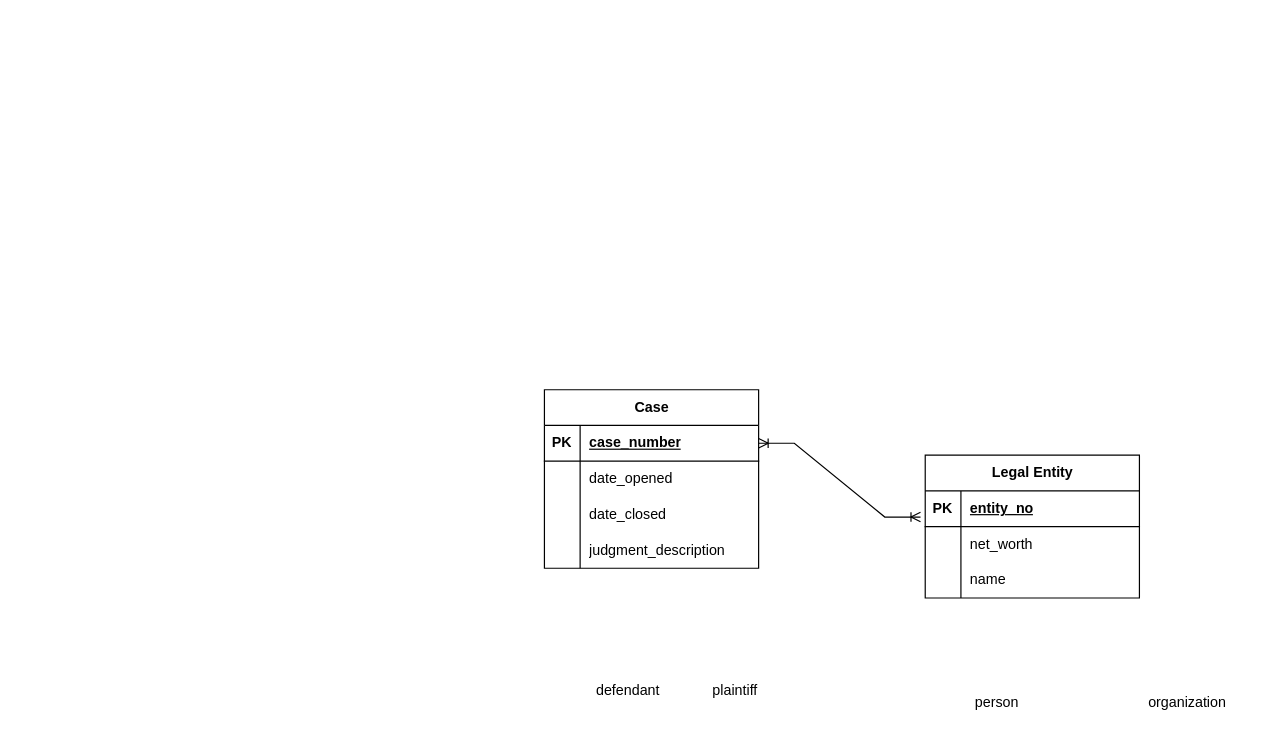
Earlier version of the draw.io diagram Ex1_EER.drawio (avinashd144/DataStorage). Source tidied: cells renumbered, new cells numbered last; positions are measured from the earlier drawing's top-left corner, leaving out a move shared by most shapes. Both pictures are drawn from the tidied source at 119%, with x=0, y=0 at pixel (544, 389).
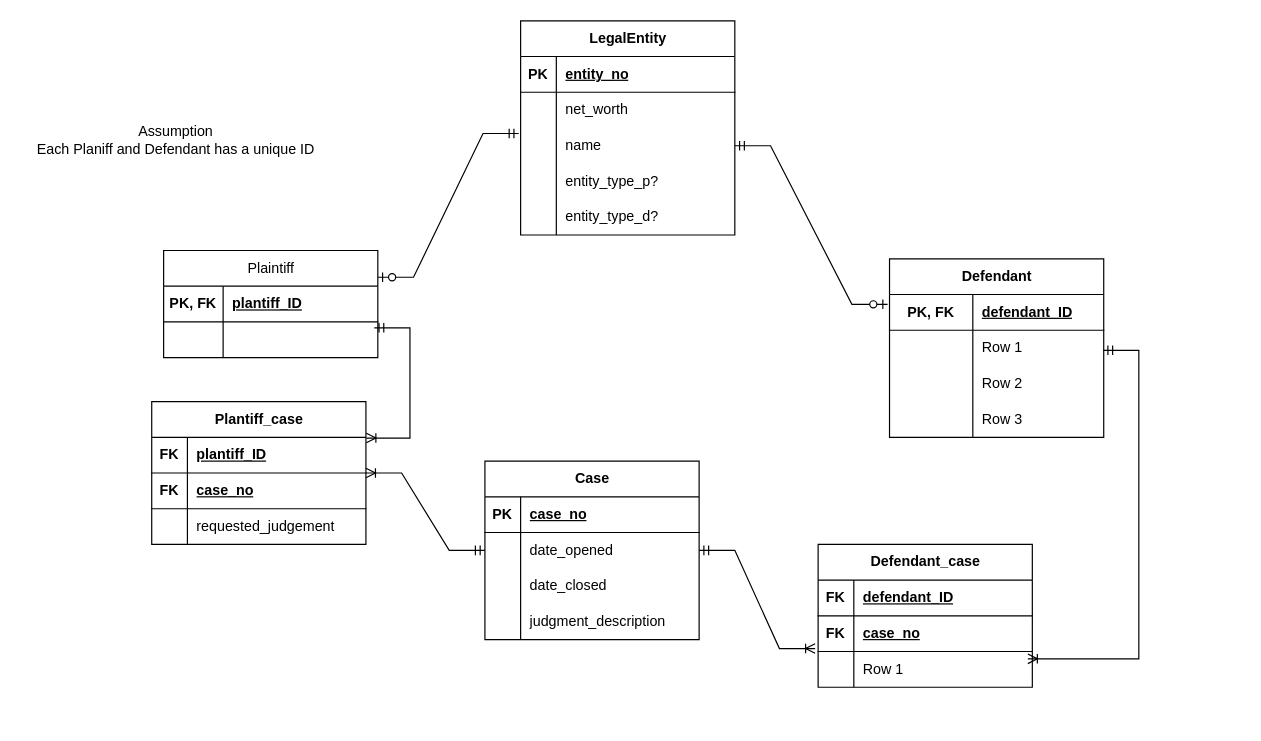
After the change.

The change refers to these unchanged cells:
```xml
<mxCell id="3" style="shape=tableRow;horizontal=0;startSize=0;swimlaneHead=0;swimlaneBody=0;fillColor=none;points=[[0,0.5],[1,0.5]];portConstraint=eastwest;top=0;left=0;right=0;bottom=1;" parent="2" vertex="1">
  <mxGeometry y="30" width="180" height="30" as="geometry" />
</mxCell>
<mxCell id="6" style="shape=tableRow;horizontal=0;startSize=0;swimlaneHead=0;swimlaneBody=0;fillColor=none;points=[[0,0.5],[1,0.5]];portConstraint=eastwest;top=0;left=0;right=0;bottom=0;" parent="2" vertex="1">
  <mxGeometry y="60" width="180" height="30" as="geometry" />
</mxCell>
<mxCell id="16" style="shape=tableRow;horizontal=0;startSize=0;swimlaneHead=0;swimlaneBody=0;fillColor=none;points=[[0,0.5],[1,0.5]];portConstraint=eastwest;top=0;left=0;right=0;bottom=1;" parent="15" vertex="1">
  <mxGeometry y="30" width="180" height="30" as="geometry" />
</mxCell>
<mxCell id="22" style="shape=tableRow;horizontal=0;startSize=0;swimlaneHead=0;swimlaneBody=0;fillColor=none;points=[[0,0.5],[1,0.5]];portConstraint=eastwest;top=0;left=0;right=0;bottom=0;" parent="15" vertex="1">
  <mxGeometry y="90" width="180" height="30" as="geometry" />
</mxCell>
```

What changed in the source:
```diff
@@
     <mxCell id="2" value="Case" style="shape=table;startSize=30;childLayout=tableLayout;rowLines=0;fontStyle=1;align=center;html=1;" parent="1" vertex="1">
-      <mxGeometry width="180" height="150" as="geometry" />
+      <mxGeometry x="-50" y="60" width="180" height="150" as="geometry" />
     </mxCell>
@@
-    <mxCell id="5" value="case_number" style="shape=partialRectangle;fillColor=none;top=0;left=0;bottom=0;right=0;align=left;spacingLeft=6;fontStyle=5;overflow=hidden;whiteSpace=wrap;html=1;" parent="3" vertex="1">
+    <mxCell id="5" value="case_no" style="shape=partialRectangle;fillColor=none;top=0;left=0;bottom=0;right=0;align=left;spacingLeft=6;fontStyle=5;overflow=hidden;whiteSpace=wrap;html=1;" parent="3" vertex="1">
       <mxGeometry x="30" width="150" height="30" as="geometry" />
     </mxCell>
@@
-    <mxCell id="15" value="Legal Entity" style="shape=table;startSize=30;childLayout=tableLayout;rowLines=0;fontStyle=1;align=center;html=1;" parent="1" vertex="1">
-      <mxGeometry x="320" y="55" width="180" height="120" as="geometry" />
+    <mxCell id="15" value="LegalEntity" style="shape=table;startSize=30;childLayout=tableLayout;rowLines=0;fontStyle=1;align=center;html=1;" parent="1" vertex="1">
+      <mxGeometry x="-20" y="-310" width="180" height="180" as="geometry" />
     </mxCell>
@@
-    <mxCell id="25" style="edgeStyle=entityRelationEdgeStyle;fontSize=12;html=1;endArrow=ERoneToMany;startArrow=ERoneToMany;rounded=0;entryX=-0.022;entryY=0.733;entryDx=0;entryDy=0;entryPerimeter=0;exitX=1;exitY=0.5;exitDx=0;exitDy=0;" parent="1" edge="1" source="3" target="16">
-      <mxGeometry relative="1" as="geometry" />
-    </mxCell>
-    <mxCell id="26" value="defendant" style="text;html=1;align=center;verticalAlign=middle;strokeColor=none;fillColor=none;" parent="1" vertex="1">
-      <mxGeometry x="30" y="238" width="80" height="30" as="geometry" />
-    </mxCell>
-    <mxCell id="27" value="plaintiff" style="text;html=1;align=center;verticalAlign=middle;strokeColor=none;fillColor=none;" parent="1" vertex="1">
-      <mxGeometry x="130" y="238" width="60" height="30" as="geometry" />
-    </mxCell>
-    <mxCell id="28" value="person" style="text;html=1;align=center;verticalAlign=middle;strokeColor=none;fillColor=none;" parent="1" vertex="1">
-      <mxGeometry x="350" y="248" width="60" height="30" as="geometry" />
-    </mxCell>
-    <mxCell id="29" value="organization" style="text;html=1;align=center;verticalAlign=middle;strokeColor=none;fillColor=none;" parent="1" vertex="1">
-      <mxGeometry x="495" y="248" width="90" height="30" as="geometry" />
-    </mxCell>
+    <mxCell id="30" style="shape=tableRow;horizontal=0;startSize=0;swimlaneHead=0;swimlaneBody=0;fillColor=none;top=0;left=0;right=0;bottom=0;" parent="15" vertex="1">
+      <mxGeometry y="120" width="180" height="30" as="geometry" />
+    </mxCell>
+    <mxCell id="31" style="shape=partialRectangle;fillColor=none;top=0;left=0;bottom=0;right=0;overflow=hidden;whiteSpace=wrap;html=1;" parent="30" vertex="1">
+      <mxGeometry width="30" height="30" as="geometry" />
+    </mxCell>
+    <mxCell id="32" value="entity_type_p?" style="shape=partialRectangle;fillColor=none;top=0;left=0;bottom=0;right=0;align=left;spacingLeft=6;overflow=hidden;whiteSpace=wrap;html=1;" parent="30" vertex="1">
+      <mxGeometry x="30" width="150" height="30" as="geometry" />
+    </mxCell>
+    <mxCell id="33" style="shape=tableRow;horizontal=0;startSize=0;swimlaneHead=0;swimlaneBody=0;fillColor=none;top=0;left=0;right=0;bottom=0;" parent="15" vertex="1">
+      <mxGeometry y="150" width="180" height="30" as="geometry" />
+    </mxCell>
+    <mxCell id="34" style="shape=partialRectangle;fillColor=none;top=0;left=0;bottom=0;right=0;overflow=hidden;whiteSpace=wrap;html=1;" parent="33" vertex="1">
+      <mxGeometry width="30" height="30" as="geometry" />
+    </mxCell>
+    <mxCell id="35" value="entity_type_d?" style="shape=partialRectangle;fillColor=none;top=0;left=0;bottom=0;right=0;align=left;spacingLeft=6;overflow=hidden;whiteSpace=wrap;html=1;" parent="33" vertex="1">
+      <mxGeometry x="30" width="150" height="30" as="geometry" />
+    </mxCell>
+    <mxCell id="36" value="&lt;span style=&quot;font-weight: 400;&quot;&gt;Plaintiff&lt;/span&gt;" style="shape=table;startSize=30;childLayout=tableLayout;rowLines=0;fontStyle=1;align=center;html=1;" parent="1" vertex="1">
+      <mxGeometry x="-320" y="-117" width="180" height="90" as="geometry" />
+    </mxCell>
+    <mxCell id="37" style="shape=tableRow;horizontal=0;startSize=0;swimlaneHead=0;swimlaneBody=0;fillColor=none;top=0;left=0;right=0;bottom=1;" parent="36" vertex="1">
+      <mxGeometry y="30" width="180" height="30" as="geometry" />
+    </mxCell>
+    <mxCell id="38" value="PK, FK" style="shape=partialRectangle;fillColor=none;top=0;left=0;bottom=0;right=0;fontStyle=1;overflow=hidden;whiteSpace=wrap;html=1;" parent="37" vertex="1">
+      <mxGeometry width="50" height="30" as="geometry" />
+    </mxCell>
+    <mxCell id="39" value="plantiff_ID" style="shape=partialRectangle;fillColor=none;top=0;left=0;bottom=0;right=0;align=left;spacingLeft=6;fontStyle=5;overflow=hidden;whiteSpace=wrap;html=1;" parent="37" vertex="1">
+      <mxGeometry x="50" width="130" height="30" as="geometry" />
+    </mxCell>
+    <mxCell id="40" style="shape=tableRow;horizontal=0;startSize=0;swimlaneHead=0;swimlaneBody=0;fillColor=none;top=0;left=0;right=0;bottom=0;" parent="36" vertex="1">
+      <mxGeometry y="60" width="180" height="30" as="geometry" />
+    </mxCell>
+    <mxCell id="41" style="shape=partialRectangle;fillColor=none;top=0;left=0;bottom=0;right=0;overflow=hidden;whiteSpace=wrap;html=1;" parent="40" vertex="1">
+      <mxGeometry width="50" height="30" as="geometry" />
+    </mxCell>
+    <mxCell id="42" style="shape=partialRectangle;fillColor=none;top=0;left=0;bottom=0;right=0;align=left;spacingLeft=6;overflow=hidden;whiteSpace=wrap;html=1;" parent="40" vertex="1">
+      <mxGeometry x="50" width="130" height="30" as="geometry" />
+    </mxCell>
+    <mxCell id="43" value="Defendant" style="shape=table;startSize=30;childLayout=tableLayout;rowLines=0;fontStyle=1;align=center;html=1;" parent="1" vertex="1">
+      <mxGeometry x="290" y="-110" width="180" height="150" as="geometry" />
+    </mxCell>
+    <mxCell id="44" style="shape=tableRow;horizontal=0;startSize=0;swimlaneHead=0;swimlaneBody=0;fillColor=none;points=[[0,0.5],[1,0.5]];portConstraint=eastwest;top=0;left=0;right=0;bottom=1;" parent="43" vertex="1">
+      <mxGeometry y="30" width="180" height="30" as="geometry" />
+    </mxCell>
+    <mxCell id="45" value="PK, FK" style="shape=partialRectangle;fillColor=none;top=0;left=0;bottom=0;right=0;fontStyle=1;overflow=hidden;whiteSpace=wrap;html=1;" parent="44" vertex="1">
+      <mxGeometry width="70" height="30" as="geometry" />
+    </mxCell>
+    <mxCell id="46" value="defendant_ID" style="shape=partialRectangle;fillColor=none;top=0;left=0;bottom=0;right=0;align=left;spacingLeft=6;fontStyle=5;overflow=hidden;whiteSpace=wrap;html=1;" parent="44" vertex="1">
+      <mxGeometry x="70" width="110" height="30" as="geometry" />
+    </mxCell>
+    <mxCell id="47" style="shape=tableRow;horizontal=0;startSize=0;swimlaneHead=0;swimlaneBody=0;fillColor=none;top=0;left=0;right=0;bottom=0;" parent="43" vertex="1">
+      <mxGeometry y="60" width="180" height="30" as="geometry" />
+    </mxCell>
+    <mxCell id="48" style="shape=partialRectangle;fillColor=none;top=0;left=0;bottom=0;right=0;overflow=hidden;whiteSpace=wrap;html=1;" parent="47" vertex="1">
+      <mxGeometry width="70" height="30" as="geometry" />
+    </mxCell>
+    <mxCell id="49" value="Row 1" style="shape=partialRectangle;fillColor=none;top=0;left=0;bottom=0;right=0;align=left;spacingLeft=6;overflow=hidden;whiteSpace=wrap;html=1;" parent="47" vertex="1">
+      <mxGeometry x="70" width="110" height="30" as="geometry" />
+    </mxCell>
+    <mxCell id="50" style="shape=tableRow;horizontal=0;startSize=0;swimlaneHead=0;swimlaneBody=0;fillColor=none;top=0;left=0;right=0;bottom=0;" parent="43" vertex="1">
+      <mxGeometry y="90" width="180" height="30" as="geometry" />
+    </mxCell>
+    <mxCell id="51" style="shape=partialRectangle;fillColor=none;top=0;left=0;bottom=0;right=0;overflow=hidden;whiteSpace=wrap;html=1;" parent="50" vertex="1">
+      <mxGeometry width="70" height="30" as="geometry" />
+    </mxCell>
+    <mxCell id="52" value="Row 2" style="shape=partialRectangle;fillColor=none;top=0;left=0;bottom=0;right=0;align=left;spacingLeft=6;overflow=hidden;whiteSpace=wrap;html=1;" parent="50" vertex="1">
+      <mxGeometry x="70" width="110" height="30" as="geometry" />
+    </mxCell>
+    <mxCell id="53" style="shape=tableRow;horizontal=0;startSize=0;swimlaneHead=0;swimlaneBody=0;fillColor=none;top=0;left=0;right=0;bottom=0;" parent="43" vertex="1">
+      <mxGeometry y="120" width="180" height="30" as="geometry" />
+    </mxCell>
+    <mxCell id="54" style="shape=partialRectangle;fillColor=none;top=0;left=0;bottom=0;right=0;overflow=hidden;whiteSpace=wrap;html=1;" parent="53" vertex="1">
+      <mxGeometry width="70" height="30" as="geometry" />
+    </mxCell>
+    <mxCell id="55" value="Row 3" style="shape=partialRectangle;fillColor=none;top=0;left=0;bottom=0;right=0;align=left;spacingLeft=6;overflow=hidden;whiteSpace=wrap;html=1;" parent="53" vertex="1">
+      <mxGeometry x="70" width="110" height="30" as="geometry" />
+    </mxCell>
+    <mxCell id="56" value="Assumption&lt;div&gt;Each Planiff and Defendant has a unique ID&lt;/div&gt;" style="text;html=1;align=center;verticalAlign=middle;strokeColor=none;fillColor=none;" parent="1" vertex="1">
+      <mxGeometry x="-440" y="-230" width="260" height="40" as="geometry" />
+    </mxCell>
+    <mxCell id="57" value="Plantiff_case" style="shape=table;startSize=30;childLayout=tableLayout;rowLines=0;fontStyle=1;align=center;html=1;" parent="1" vertex="1">
+      <mxGeometry x="-330" y="10" width="180" height="120" as="geometry" />
+    </mxCell>
+    <mxCell id="58" style="shape=tableRow;horizontal=0;startSize=0;swimlaneHead=0;swimlaneBody=0;fillColor=none;points=[[0,0.5],[1,0.5]];portConstraint=eastwest;top=0;left=0;right=0;bottom=1;" parent="57" vertex="1">
+      <mxGeometry y="30" width="180" height="30" as="geometry" />
+    </mxCell>
+    <mxCell id="59" value="FK" style="shape=partialRectangle;fillColor=none;top=0;left=0;bottom=0;right=0;fontStyle=1;overflow=hidden;whiteSpace=wrap;html=1;" parent="58" vertex="1">
+      <mxGeometry width="30" height="30" as="geometry" />
+    </mxCell>
+    <mxCell id="60" value="plantiff_ID" style="shape=partialRectangle;fillColor=none;top=0;left=0;bottom=0;right=0;align=left;spacingLeft=6;fontStyle=5;overflow=hidden;whiteSpace=wrap;html=1;" parent="58" vertex="1">
+      <mxGeometry x="30" width="150" height="30" as="geometry" />
+    </mxCell>
+    <mxCell id="61" style="shape=tableRow;horizontal=0;startSize=0;swimlaneHead=0;swimlaneBody=0;fillColor=none;points=[[0,0.5],[1,0.5]];portConstraint=eastwest;top=0;left=0;right=0;bottom=1;" parent="57" vertex="1">
+      <mxGeometry y="60" width="180" height="30" as="geometry" />
+    </mxCell>
+    <mxCell id="62" value="FK" style="shape=partialRectangle;fillColor=none;top=0;left=0;bottom=0;right=0;fontStyle=1;overflow=hidden;whiteSpace=wrap;html=1;" parent="61" vertex="1">
+      <mxGeometry width="30" height="30" as="geometry" />
+    </mxCell>
+    <mxCell id="63" value="case_no" style="shape=partialRectangle;fillColor=none;top=0;left=0;bottom=0;right=0;align=left;spacingLeft=6;fontStyle=5;overflow=hidden;whiteSpace=wrap;html=1;" parent="61" vertex="1">
+      <mxGeometry x="30" width="150" height="30" as="geometry" />
+    </mxCell>
+    <mxCell id="64" style="shape=tableRow;horizontal=0;startSize=0;swimlaneHead=0;swimlaneBody=0;fillColor=none;top=0;left=0;right=0;bottom=0;" parent="57" vertex="1">
+      <mxGeometry y="90" width="180" height="30" as="geometry" />
+    </mxCell>
+    <mxCell id="65" style="shape=partialRectangle;fillColor=none;top=0;left=0;bottom=0;right=0;overflow=hidden;whiteSpace=wrap;html=1;" parent="64" vertex="1">
+      <mxGeometry width="30" height="30" as="geometry" />
+    </mxCell>
+    <mxCell id="66" value="requested_judgement" style="shape=partialRectangle;fillColor=none;top=0;left=0;bottom=0;right=0;align=left;spacingLeft=6;overflow=hidden;whiteSpace=wrap;html=1;" parent="64" vertex="1">
+      <mxGeometry x="30" width="150" height="30" as="geometry" />
+    </mxCell>
+    <mxCell id="67" value="Defendant_case" style="shape=table;startSize=30;childLayout=tableLayout;rowLines=0;fontStyle=1;align=center;html=1;" parent="1" vertex="1">
+      <mxGeometry x="230" y="130" width="180" height="120" as="geometry" />
+    </mxCell>
+    <mxCell id="68" style="shape=tableRow;horizontal=0;startSize=0;swimlaneHead=0;swimlaneBody=0;fillColor=none;top=0;left=0;right=0;bottom=1;" parent="67" vertex="1">
+      <mxGeometry y="30" width="180" height="30" as="geometry" />
+    </mxCell>
+    <mxCell id="69" value="FK" style="shape=partialRectangle;fillColor=none;top=0;left=0;bottom=0;right=0;fontStyle=1;overflow=hidden;whiteSpace=wrap;html=1;" parent="68" vertex="1">
+      <mxGeometry width="30" height="30" as="geometry" />
+    </mxCell>
+    <mxCell id="70" value="defendant_ID" style="shape=partialRectangle;fillColor=none;top=0;left=0;bottom=0;right=0;align=left;spacingLeft=6;fontStyle=5;overflow=hidden;whiteSpace=wrap;html=1;" parent="68" vertex="1">
+      <mxGeometry x="30" width="150" height="30" as="geometry" />
+    </mxCell>
+    <mxCell id="71" style="shape=tableRow;horizontal=0;startSize=0;swimlaneHead=0;swimlaneBody=0;fillColor=none;top=0;left=0;right=0;bottom=1;" parent="67" vertex="1">
+      <mxGeometry y="60" width="180" height="30" as="geometry" />
+    </mxCell>
+    <mxCell id="72" value="FK" style="shape=partialRectangle;fillColor=none;top=0;left=0;bottom=0;right=0;fontStyle=1;overflow=hidden;whiteSpace=wrap;html=1;" parent="71" vertex="1">
+      <mxGeometry width="30" height="30" as="geometry" />
+    </mxCell>
+    <mxCell id="73" value="case_no" style="shape=partialRectangle;fillColor=none;top=0;left=0;bottom=0;right=0;align=left;spacingLeft=6;fontStyle=5;overflow=hidden;whiteSpace=wrap;html=1;" parent="71" vertex="1">
+      <mxGeometry x="30" width="150" height="30" as="geometry" />
+    </mxCell>
+    <mxCell id="74" style="shape=tableRow;horizontal=0;startSize=0;swimlaneHead=0;swimlaneBody=0;fillColor=none;points=[[0,0.5],[1,0.5]];portConstraint=eastwest;top=0;left=0;right=0;bottom=0;" parent="67" vertex="1">
+      <mxGeometry y="90" width="180" height="30" as="geometry" />
+    </mxCell>
+    <mxCell id="75" style="shape=partialRectangle;fillColor=none;top=0;left=0;bottom=0;right=0;overflow=hidden;whiteSpace=wrap;html=1;" parent="74" vertex="1">
+      <mxGeometry width="30" height="30" as="geometry" />
+    </mxCell>
+    <mxCell id="76" value="Row 1" style="shape=partialRectangle;fillColor=none;top=0;left=0;bottom=0;right=0;align=left;spacingLeft=6;overflow=hidden;whiteSpace=wrap;html=1;" parent="74" vertex="1">
+      <mxGeometry x="30" width="150" height="30" as="geometry" />
+    </mxCell>
+    <mxCell id="77" style="edgeStyle=entityRelationEdgeStyle;fontSize=12;html=1;endArrow=ERoneToMany;startArrow=ERmandOne;rounded=0;entryX=1;entryY=0;entryDx=0;entryDy=0;entryPerimeter=0;exitX=0;exitY=0.5;exitDx=0;exitDy=0;" parent="1" edge="1" source="6" target="61">
+      <mxGeometry relative="1" as="geometry" />
+    </mxCell>
+    <mxCell id="78" style="edgeStyle=entityRelationEdgeStyle;fontSize=12;html=1;endArrow=ERoneToMany;startArrow=ERmandOne;rounded=0;entryX=1.002;entryY=0.021;entryDx=0;entryDy=0;entryPerimeter=0;" parent="1" edge="1" target="58">
+      <mxGeometry relative="1" as="geometry">
+        <mxPoint x="-143" y="-52" as="sourcePoint" />
+      </mxGeometry>
+    </mxCell>
+    <mxCell id="79" style="edgeStyle=entityRelationEdgeStyle;fontSize=12;html=1;endArrow=ERoneToMany;startArrow=ERmandOne;rounded=0;exitX=1;exitY=0.5;exitDx=0;exitDy=0;entryX=-0.014;entryY=-0.083;entryDx=0;entryDy=0;entryPerimeter=0;" parent="1" edge="1" source="6" target="74">
+      <mxGeometry relative="1" as="geometry" />
+    </mxCell>
+    <mxCell id="80" style="edgeStyle=entityRelationEdgeStyle;fontSize=12;html=1;endArrow=ERoneToMany;startArrow=ERmandOne;rounded=0;entryX=0.979;entryY=0.205;entryDx=0;entryDy=0;entryPerimeter=0;" parent="1" edge="1" target="74">
+      <mxGeometry relative="1" as="geometry">
+        <mxPoint x="469.5" y="-33.1" as="sourcePoint" />
+      </mxGeometry>
+    </mxCell>
+    <mxCell id="81" style="edgeStyle=entityRelationEdgeStyle;fontSize=12;html=1;endArrow=ERzeroToOne;startArrow=ERmandOne;rounded=0;exitX=-0.009;exitY=0.156;exitDx=0;exitDy=0;exitPerimeter=0;entryX=1;entryY=0.25;entryDx=0;entryDy=0;" parent="1" edge="1" source="22" target="36">
+      <mxGeometry relative="1" as="geometry" />
+    </mxCell>
+    <mxCell id="82" style="edgeStyle=entityRelationEdgeStyle;fontSize=12;html=1;endArrow=ERzeroToOne;startArrow=ERmandOne;rounded=0;exitX=1;exitY=0.5;exitDx=0;exitDy=0;entryX=-0.009;entryY=0.275;entryDx=0;entryDy=0;entryPerimeter=0;" parent="1" edge="1" source="22" target="44">
+      <mxGeometry relative="1" as="geometry" />
+    </mxCell>
```
